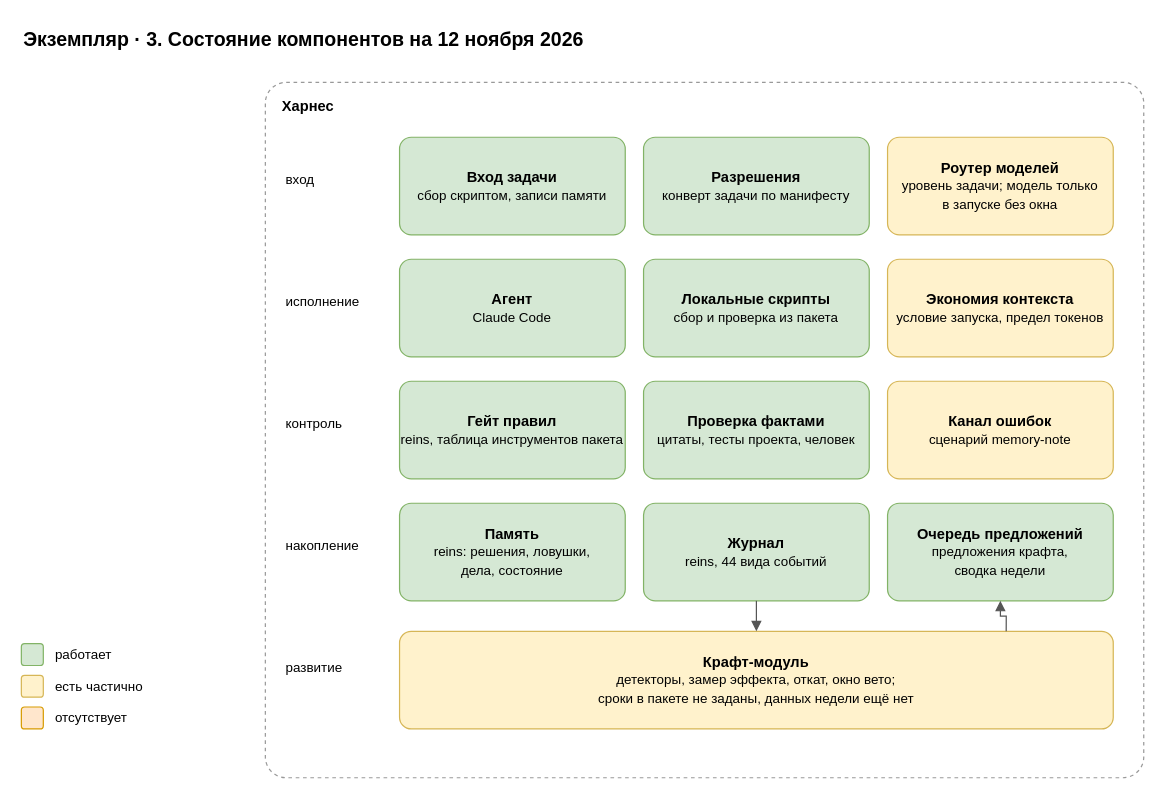
This is page "3. Состояние компонентов" (3 of 7) of docs/spec/harness-instance-capital-operator.drawio from roygkov/reins, a draw.io file, before an edit. Source tidied: cells renumbered, new cells numbered last; positions are measured from the earlier drawing's top-left corner, leaving out a move shared by most shapes. Both pictures are drawn from the tidied source at 122%, with x=0, y=0 at pixel (21, 21).
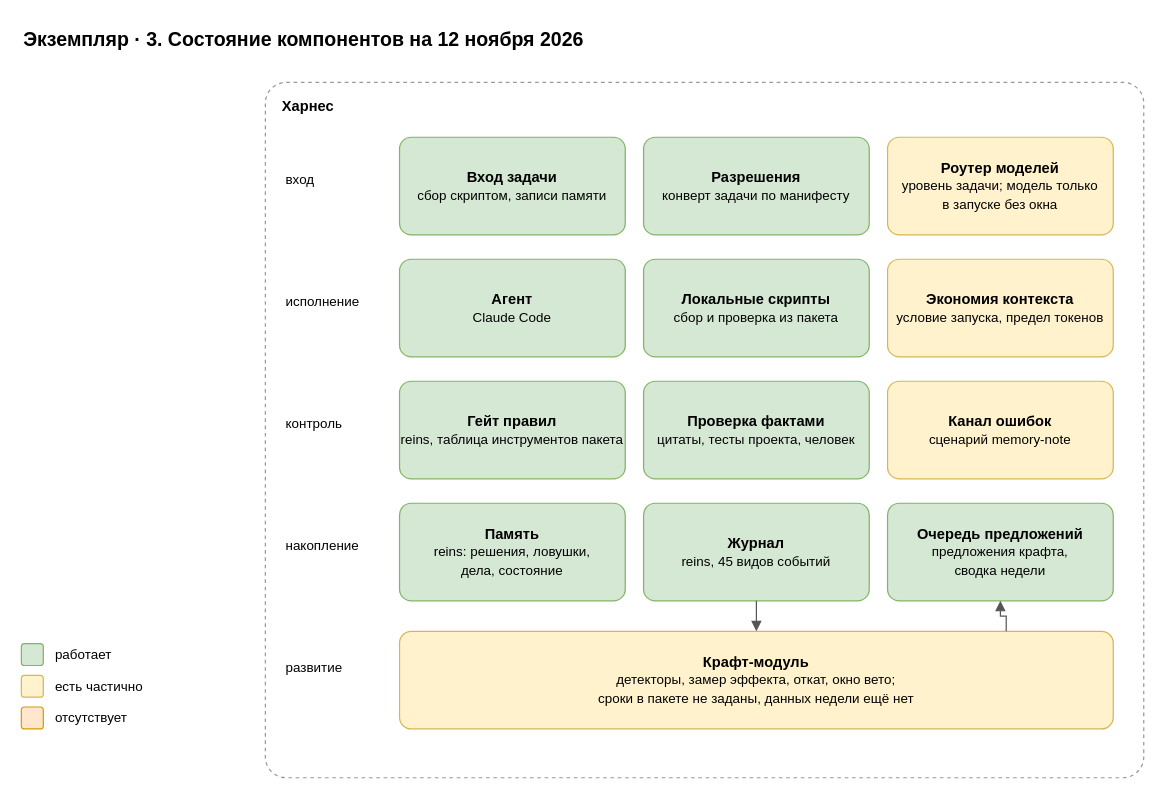
The same page after the edit.

What changed in the source:
```diff
@@
-    <mxCell id="18" value="&lt;b&gt;Журнал&lt;/b&gt;&lt;br&gt;&lt;font style=&quot;font-size:11px&quot;&gt;reins, 44 вида событий&lt;/font&gt;" style="rounded=1;whiteSpace=wrap;html=1;fillColor=#d5e8d4;strokeColor=#82b366;arcSize=12;" parent="1" vertex="1">
+    <mxCell id="18" value="&lt;b&gt;Журнал&lt;/b&gt;&lt;br&gt;&lt;font style=&quot;font-size:11px&quot;&gt;reins, 45 видов событий&lt;/font&gt;" style="rounded=1;whiteSpace=wrap;html=1;fillColor=#d5e8d4;strokeColor=#82b366;arcSize=12;" parent="1" vertex="1">
       <mxGeometry x="510" y="395" width="185" height="80" as="geometry" />
     </mxCell>
```
